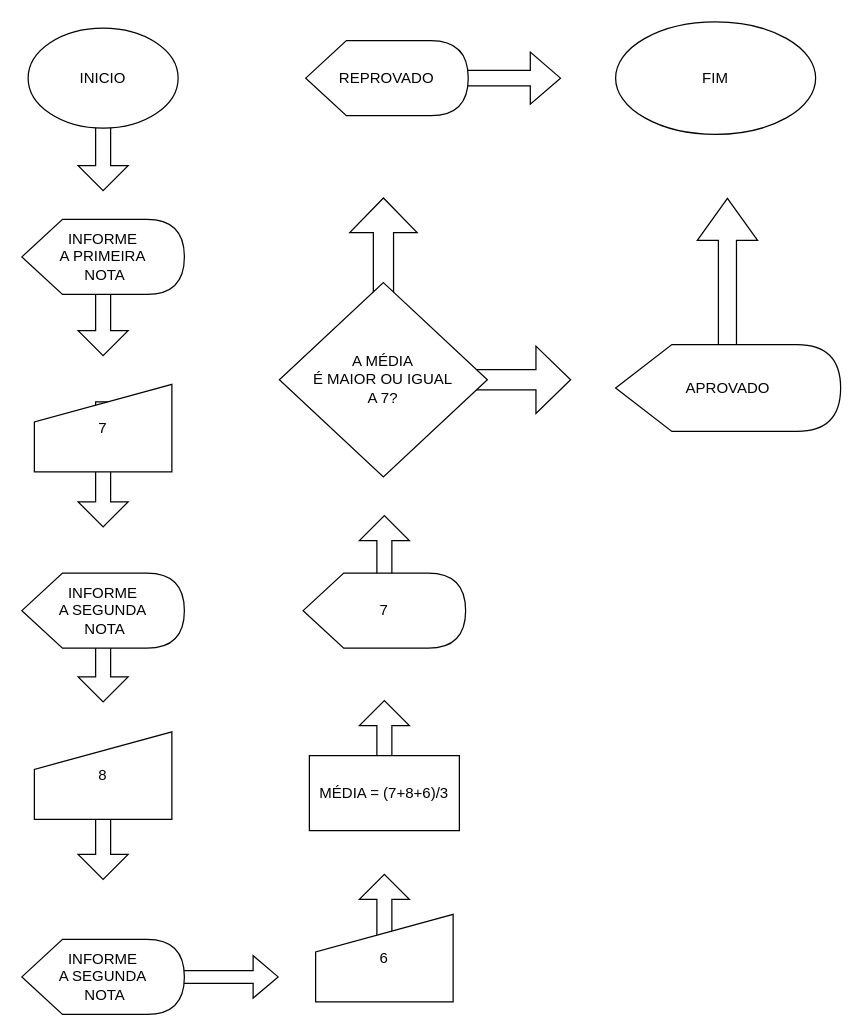
romerionascimento/Fluxogramas keeps this draw.io diagram as MEDIA FINAL.drawio. Above is the earlier version. Source tidied: cells renumbered, new cells numbered last; positions are measured from the earlier drawing's top-left corner, leaving out a move shared by most shapes. Both pictures are drawn from the tidied source at 125%, with x=0, y=0 at pixel (21, 21).
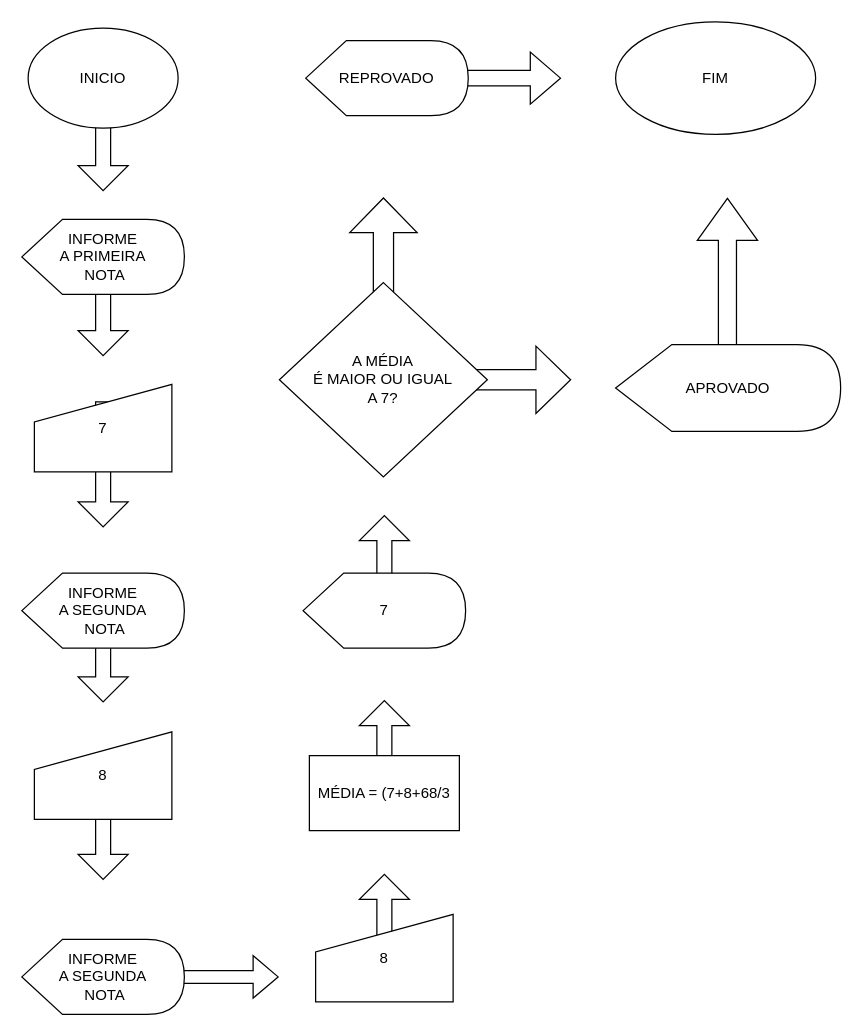
The same diagram, later.

Diff of the diagram source:
```diff
@@
-    <mxCell id="17" value="6" style="shape=manualInput;whiteSpace=wrap;html=1;" parent="1" vertex="1">
+    <mxCell id="17" value="8" style="shape=manualInput;whiteSpace=wrap;html=1;" parent="1" vertex="1">
       <mxGeometry x="235" y="714" width="110" height="70" as="geometry" />
     </mxCell>
-    <mxCell id="18" value="MÉDIA = (7+8+6)/3" style="rounded=0;whiteSpace=wrap;html=1;" parent="1" vertex="1">
+    <mxCell id="18" value="MÉDIA = (7+8+68/3" style="rounded=0;whiteSpace=wrap;html=1;" parent="1" vertex="1">
       <mxGeometry x="230" y="587" width="120" height="60" as="geometry" />
     </mxCell>
```
